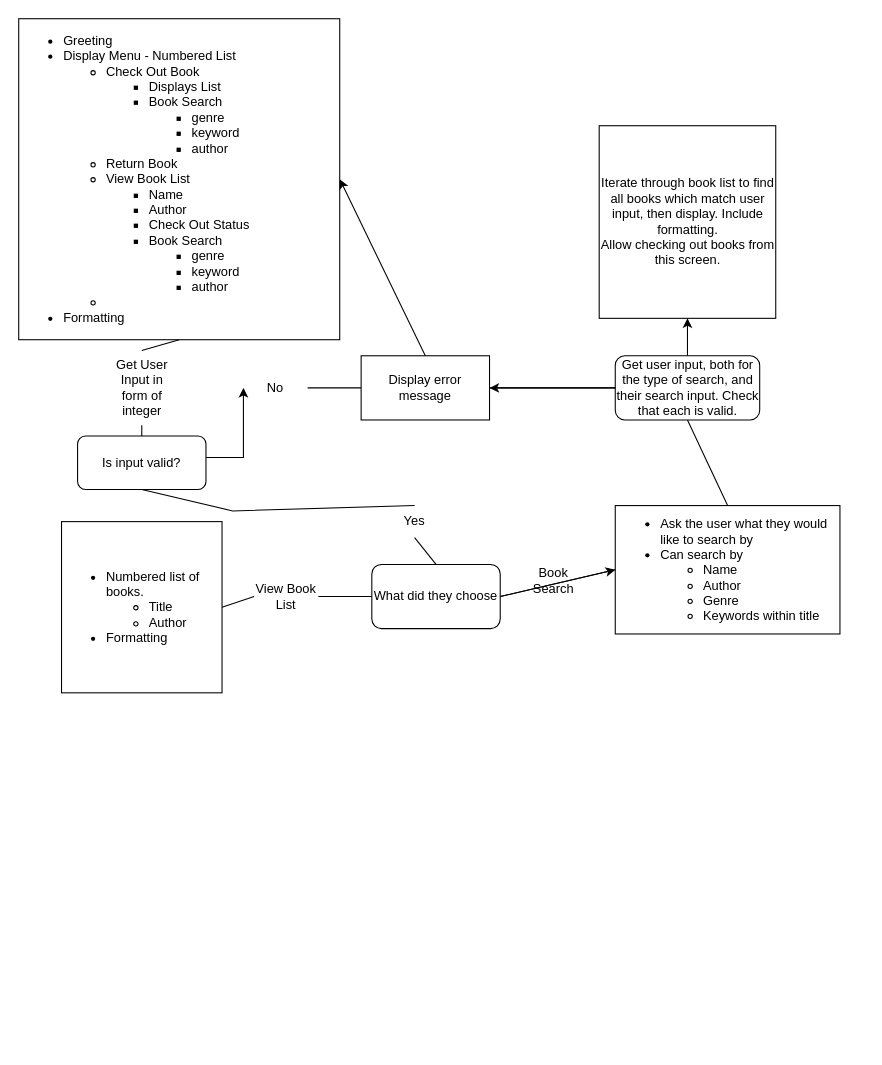
durocherj/BootCamp keeps this draw.io diagram as Untitled Diagram.drawio. Above is the earlier version. Source tidied: cells renumbered, new cells numbered last; positions are measured from the earlier drawing's top-left corner, leaving out a move shared by most shapes. Both pictures are drawn from the tidied source at 107%, with x=0, y=0 at pixel (18, 18).
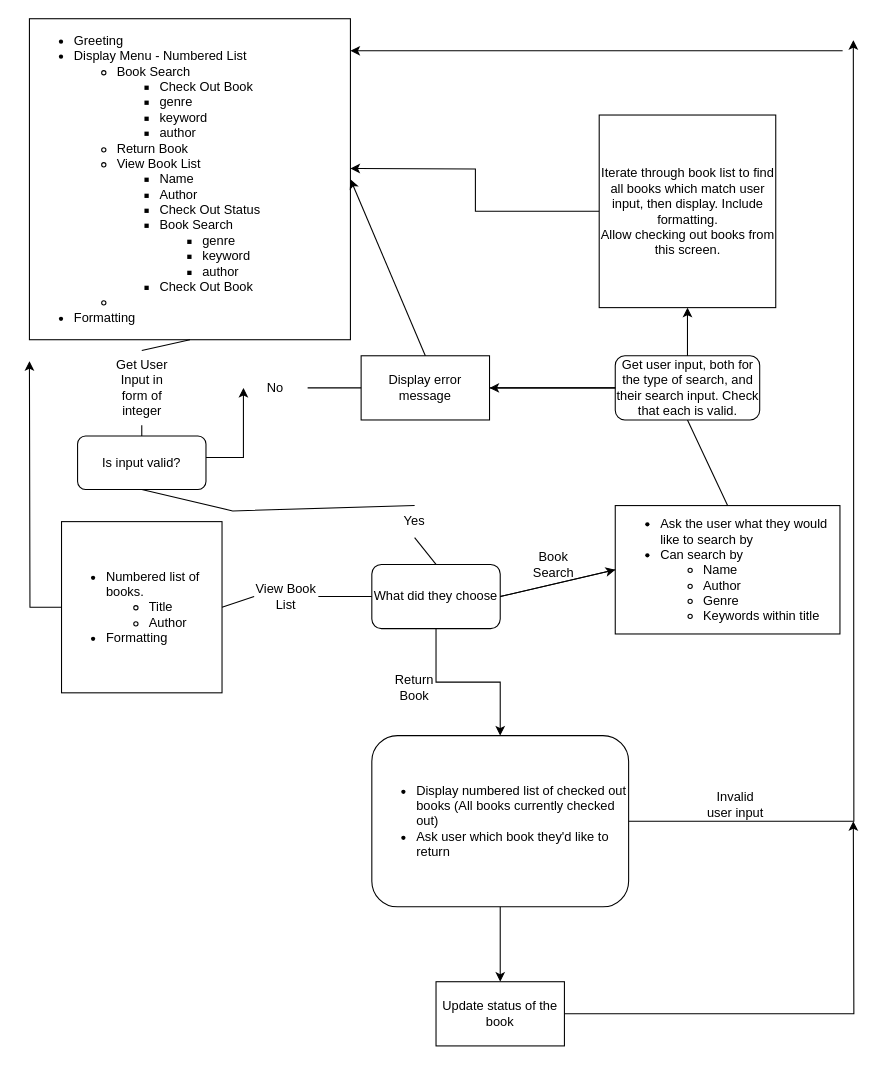
After the change.

The change refers to these unchanged cells:
```xml
<mxCell id="11" value="What did they choose" style="rounded=1;whiteSpace=wrap;html=1;" parent="1" vertex="1">
  <mxGeometry x="330" y="510" width="120" height="60" as="geometry" />
</mxCell>
<mxCell id="15" value="&lt;ul&gt;&lt;li&gt;Numbered list of books.&lt;/li&gt;&lt;ul&gt;&lt;li&gt;Title&lt;/li&gt;&lt;li&gt;Author&lt;/li&gt;&lt;/ul&gt;&lt;li&gt;Formatting&lt;/li&gt;&lt;/ul&gt;" style="rounded=0;whiteSpace=wrap;html=1;align=left;" parent="1" vertex="1">
  <mxGeometry x="40" y="470" width="150" height="160" as="geometry" />
</mxCell>
```

Diff of the diagram source:
```diff
@@
-    <mxCell id="2" value="&lt;ul&gt;&lt;li&gt;Greeting&lt;/li&gt;&lt;li&gt;Display Menu - Numbered List&lt;/li&gt;&lt;ul&gt;&lt;li&gt;Check Out Book&amp;nbsp;&lt;/li&gt;&lt;ul&gt;&lt;li&gt;Displays List&lt;/li&gt;&lt;li&gt;Book Search&amp;nbsp;&lt;/li&gt;&lt;ul&gt;&lt;li&gt;genre&lt;/li&gt;&lt;li&gt;keyword&lt;/li&gt;&lt;li&gt;author&lt;/li&gt;&lt;/ul&gt;&lt;/ul&gt;&lt;li&gt;Return Book&lt;/li&gt;&lt;li&gt;View Book List&lt;/li&gt;&lt;ul&gt;&lt;li&gt;Name&lt;/li&gt;&lt;li&gt;Author&lt;/li&gt;&lt;li&gt;Check Out Status&lt;/li&gt;&lt;li&gt;Book Search&amp;nbsp;&lt;/li&gt;&lt;ul&gt;&lt;li&gt;genre&lt;/li&gt;&lt;li&gt;keyword&lt;/li&gt;&lt;li&gt;author&lt;/li&gt;&lt;/ul&gt;&lt;/ul&gt;&lt;li&gt;&lt;br&gt;&lt;/li&gt;&lt;/ul&gt;&lt;li&gt;Formatting&lt;/li&gt;&lt;/ul&gt;" style="whiteSpace=wrap;html=1;align=left;" parent="1" vertex="1">
-      <mxGeometry width="300" height="300" as="geometry" />
+    <mxCell id="2" value="&lt;ul&gt;&lt;li&gt;Greeting&lt;/li&gt;&lt;li&gt;Display Menu - Numbered List&lt;/li&gt;&lt;ul&gt;&lt;li&gt;Book Search&amp;nbsp;&lt;/li&gt;&lt;ul&gt;&lt;li&gt;Check Out Book&lt;br&gt;&lt;/li&gt;&lt;li&gt;genre&lt;/li&gt;&lt;li&gt;keyword&lt;/li&gt;&lt;li&gt;author&lt;/li&gt;&lt;/ul&gt;&lt;li&gt;Return Book&lt;/li&gt;&lt;li&gt;View Book List&lt;/li&gt;&lt;ul&gt;&lt;li&gt;Name&lt;/li&gt;&lt;li&gt;Author&lt;/li&gt;&lt;li&gt;Check Out Status&lt;/li&gt;&lt;li&gt;Book Search&amp;nbsp;&lt;/li&gt;&lt;ul&gt;&lt;li&gt;genre&lt;/li&gt;&lt;li&gt;keyword&lt;/li&gt;&lt;li&gt;author&lt;/li&gt;&lt;/ul&gt;&lt;li&gt;Check Out Book&lt;br&gt;&lt;/li&gt;&lt;/ul&gt;&lt;li&gt;&lt;br&gt;&lt;/li&gt;&lt;/ul&gt;&lt;li&gt;Formatting&lt;/li&gt;&lt;/ul&gt;" style="whiteSpace=wrap;html=1;align=left;" parent="1" vertex="1">
+      <mxGeometry x="10" width="300" height="300" as="geometry" />
     </mxCell>
@@
+    <mxCell id="30" style="edgeStyle=orthogonalEdgeStyle;rounded=0;jettySize=auto;html=1;" parent="1" edge="1" source="11" target="35">
+      <mxGeometry relative="1" as="geometry" />
+    </mxCell>
@@
+    <mxCell id="31" style="edgeStyle=orthogonalEdgeStyle;rounded=0;jettySize=auto;html=1;" parent="1" edge="1" source="15">
+      <mxGeometry relative="1" as="geometry">
+        <mxPoint x="10" y="320" as="targetPoint" />
+      </mxGeometry>
+    </mxCell>
@@
     <mxCell id="21" value="Book Search" style="text;html=1;strokeColor=none;fillColor=none;align=center;verticalAlign=middle;whiteSpace=wrap;rounded=0;" parent="1" vertex="1">
-      <mxGeometry x="470" y="510" width="60" height="30" as="geometry" />
+      <mxGeometry x="470" y="495" width="60" height="30" as="geometry" />
     </mxCell>
@@
+    <mxCell id="32" style="edgeStyle=orthogonalEdgeStyle;rounded=0;jettySize=auto;html=1;" parent="1" edge="1" source="29">
+      <mxGeometry relative="1" as="geometry">
+        <mxPoint x="310" y="140" as="targetPoint" />
+      </mxGeometry>
+    </mxCell>
     <mxCell id="29" value="Iterate through book list to find all books which match user input, then display. Include formatting.&lt;br&gt;Allow checking out books from this screen." style="rounded=0;whiteSpace=wrap;html=1;" parent="1" vertex="1">
-      <mxGeometry x="542.5" y="100" width="165" height="180" as="geometry" />
+      <mxGeometry x="542.5" y="90" width="165" height="180" as="geometry" />
     </mxCell>
+    <mxCell id="33" style="edgeStyle=orthogonalEdgeStyle;rounded=0;jettySize=auto;html=1;" parent="1" edge="1" source="35">
+      <mxGeometry relative="1" as="geometry">
+        <mxPoint x="780" y="20" as="targetPoint" />
+      </mxGeometry>
+    </mxCell>
+    <mxCell id="34" style="edgeStyle=orthogonalEdgeStyle;rounded=0;jettySize=auto;html=1;" parent="1" edge="1" source="35" target="40">
+      <mxGeometry relative="1" as="geometry" />
+    </mxCell>
+    <mxCell id="35" value="&lt;ul&gt;&lt;li&gt;Display numbered list of checked out books (All books currently checked out)&lt;/li&gt;&lt;li&gt;Ask user which book they'd like to return&lt;/li&gt;&lt;/ul&gt;" style="rounded=1;whiteSpace=wrap;html=1;align=left;" parent="1" vertex="1">
+      <mxGeometry x="330" y="670" width="240" height="160" as="geometry" />
+    </mxCell>
+    <mxCell id="36" value="Return Book" style="text;html=1;strokeColor=none;fillColor=none;align=center;verticalAlign=middle;whiteSpace=wrap;rounded=0;" parent="1" vertex="1">
+      <mxGeometry x="340" y="610" width="60" height="30" as="geometry" />
+    </mxCell>
+    <mxCell id="37" style="endArrow=classic;html=1;rounded=0;entryX=1;entryY=0.1;entryDx=0;entryDy=0;entryPerimeter=0;" parent="1" edge="1" target="2">
+      <mxGeometry relative="1" as="geometry">
+        <mxPoint x="770" y="30" as="sourcePoint" />
+      </mxGeometry>
+    </mxCell>
+    <mxCell id="38" value="Invalid user input" style="text;html=1;strokeColor=none;fillColor=none;align=center;verticalAlign=middle;whiteSpace=wrap;rounded=0;" parent="1" vertex="1">
+      <mxGeometry x="640" y="720" width="60" height="30" as="geometry" />
+    </mxCell>
+    <mxCell id="39" style="edgeStyle=orthogonalEdgeStyle;rounded=0;jettySize=auto;html=1;" parent="1" edge="1" source="40">
+      <mxGeometry relative="1" as="geometry">
+        <mxPoint x="780" y="750" as="targetPoint" />
+      </mxGeometry>
+    </mxCell>
+    <mxCell id="40" value="Update status of the book" style="rounded=0;whiteSpace=wrap;html=1;" parent="1" vertex="1">
+      <mxGeometry x="390" y="900" width="120" height="60" as="geometry" />
+    </mxCell>
```
